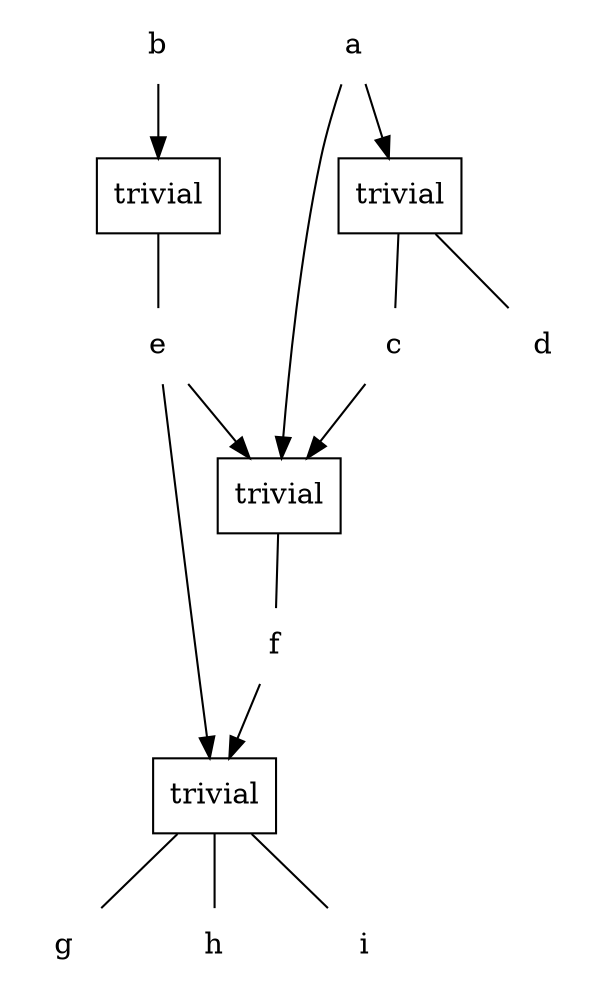
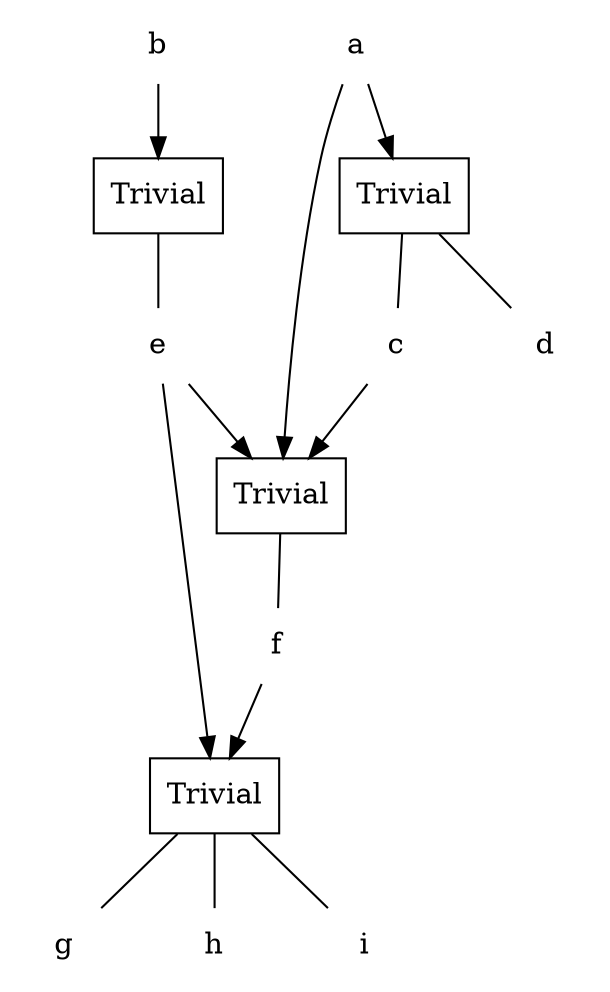
digraph G{
  bgcolor = "transparent";

  subgraph cards {
    node [shape = "box" style = "filled"];
-     "1" [label = "trivial" fillcolor = "transparent"];
-     "2" [label = "trivial" fillcolor = "white"];
-     "3" [label = "trivial" fillcolor = "white"];
-     "4" [label = "trivial" fillcolor = "white"];
+     "1" [label = "Trivial" fillcolor = "transparent"];
+     "2" [label = "Trivial" fillcolor = "white"];
+     "3" [label = "Trivial" fillcolor = "white"];
+     "4" [label = "Trivial" fillcolor = "white"];
  }

  subgraph vars {
    node [shape = "none"];
    "5" [label = "f"];
    "6" [label = "c"];
    "7" [label = "d"];
    "8" [label = "e"];
    "9" [label = "g"];
    "10" [label = "h"];
    "11" [label = "i"];
    "12" [label = "a"];
    "13" [label = "b"];
  }

  edge [arrowhead = "none"];
  "1" -> {"5"};
  "2" -> {"6" "7"};
  "3" -> {"8"};
  "4" -> {"9" "10" "11"};

  edge [arrowhead = "normal"];
  "5" -> {"4"};
  "6" -> {"1"};
  "8" -> {"1" "4"};
  "12" -> {"1" "2"};
  "13" -> {"3"};
}
